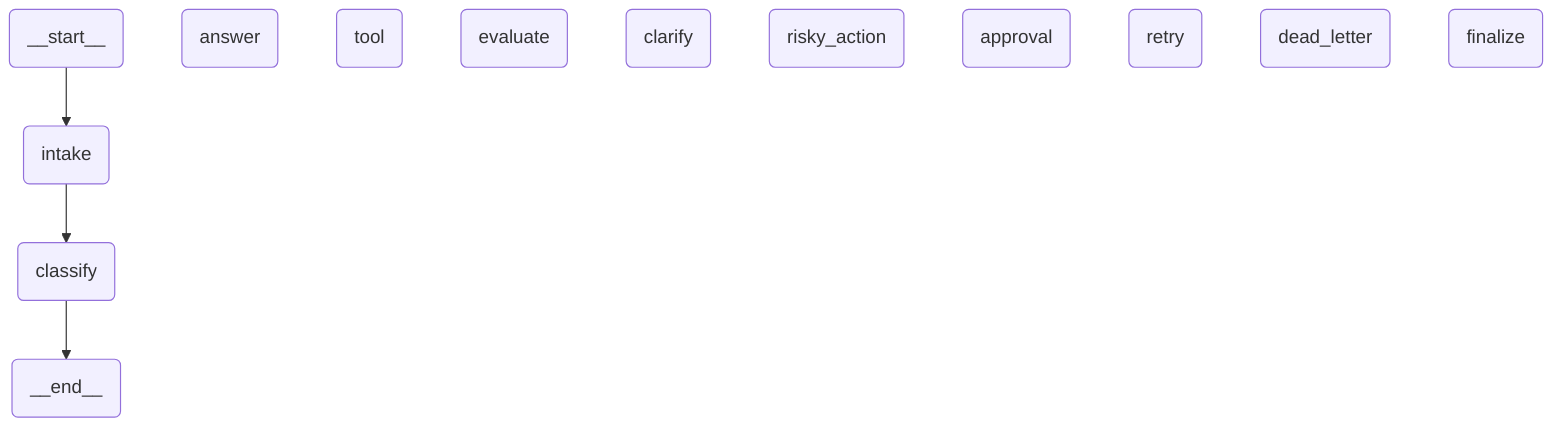
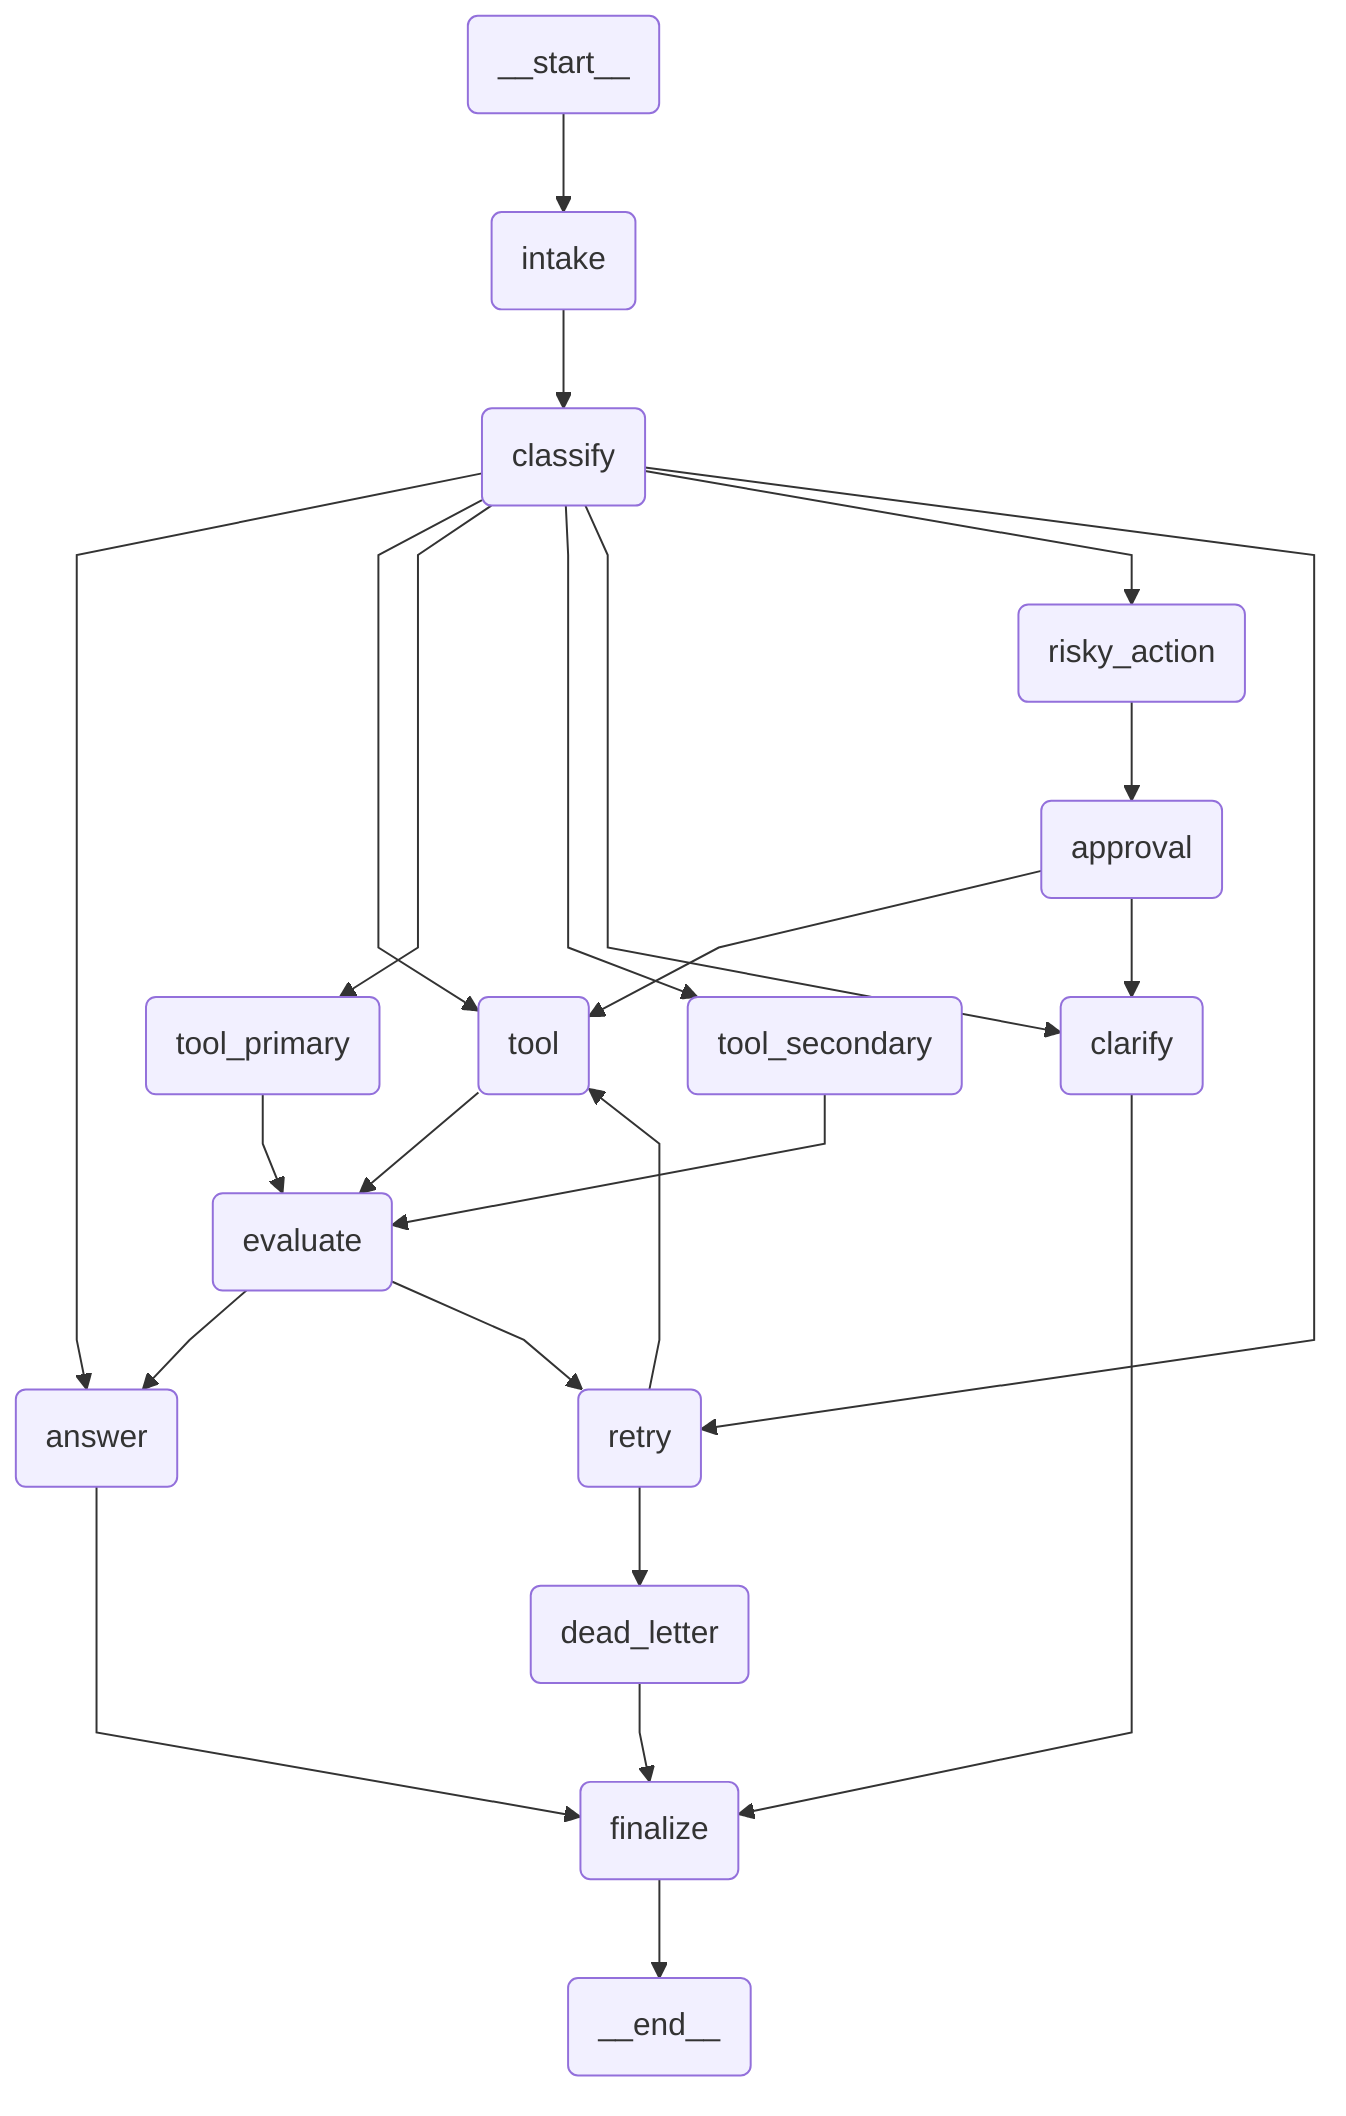
---
config:
  flowchart:
    curve: linear
---
graph TD;
	__start__(<p>__start__</p>)
	intake(intake)
	classify(classify)
	answer(answer)
	tool(tool)
+ 	tool_primary(tool_primary)
+ 	tool_secondary(tool_secondary)
	evaluate(evaluate)
	clarify(clarify)
	risky_action(risky_action)
	approval(approval)
	retry(retry)
	dead_letter(dead_letter)
	finalize(finalize)
	__end__(<p>__end__</p>)
	__start__ --> intake;
	intake --> classify;
- 	classify --> __end__;
+ 	classify --> answer;
+ 	classify --> tool;
+ 	classify --> tool_primary;
+ 	classify --> tool_secondary;
+ 	classify --> clarify;
+ 	classify --> risky_action;
+ 	classify --> retry;
+ 	tool_primary --> evaluate;
+ 	tool_secondary --> evaluate;
+ 	tool --> evaluate;
+ 	evaluate --> answer;
+ 	evaluate --> retry;
+ 	clarify --> finalize;
+ 	risky_action --> approval;
+ 	approval --> tool;
+ 	approval --> clarify;
+ 	retry --> tool;
+ 	retry --> dead_letter;
+ 	answer --> finalize;
+ 	dead_letter --> finalize;
+ 	finalize --> __end__;
	classDef default fill:#f2f0ff,line-height:1.2
	classDef first fill-opacity:0
	classDef last fill:#bfb6fc
